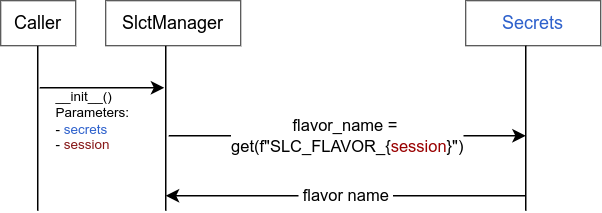
The draw.io diagram doc/user_guide/slct-manager-parameters.drawio.png in exasol/notebook-connector, before a commit. Source tidied: cells renumbered, new cells last; positions are measured from the earlier drawing's top-left corner, leaving out a move shared by most shapes. Source of this version:
```xml
<mxGraphModel>
  <root>
    <mxCell id="0" />
    <mxCell id="1" parent="0" />
    <mxCell id="2" value="__init__()&lt;br&gt;Parameters:&lt;div&gt;- &lt;font style=&quot;color: rgb(46, 97, 204);&quot;&gt;secrets&lt;/font&gt;&amp;nbsp;&lt;/div&gt;&lt;div&gt;- &lt;font style=&quot;color: rgb(134, 23, 23);&quot;&gt;session&lt;/font&gt;&lt;/div&gt;" style="text;html=1;align=left;verticalAlign=middle;whiteSpace=wrap;rounded=0;spacing=-1;fontStyle=0;fontColor=#000000;fontFamily=Helvetica;fontSize=9;spacingRight=0;fillColor=none;spacingLeft=0;" parent="1" vertex="1">
      <mxGeometry x="38" y="70" width="60" height="20" as="geometry" />
    </mxCell>
    <mxCell id="3" style="endArrow=none;html=1;rounded=0;" parent="1" edge="1">
      <mxGeometry relative="1" as="geometry">
        <mxPoint x="24.7" y="140" as="sourcePoint" />
        <mxPoint x="24.7" y="30" as="targetPoint" />
      </mxGeometry>
    </mxCell>
    <mxCell id="4" value="Caller" style="rounded=0;whiteSpace=wrap;html=1;strokeWidth=0.5;" parent="1" vertex="1">
      <mxGeometry width="50" height="30" as="geometry" />
    </mxCell>
    <mxCell id="5" style="endArrow=none;html=1;rounded=0;" parent="1" edge="1">
      <mxGeometry relative="1" as="geometry">
        <mxPoint x="110" y="140" as="sourcePoint" />
        <mxPoint x="110" y="30" as="targetPoint" />
      </mxGeometry>
    </mxCell>
    <mxCell id="6" value="SlctManager" style="rounded=0;whiteSpace=wrap;html=1;strokeWidth=0.5;fontFamily=Helvetica;" parent="1" vertex="1">
      <mxGeometry x="70" width="90" height="30" as="geometry" />
    </mxCell>
    <mxCell id="7" value="&lt;font style=&quot;color: rgb(46, 97, 204);&quot;&gt;Secrets&lt;/font&gt;" style="rounded=0;whiteSpace=wrap;html=1;strokeWidth=0.5;fontFamily=Helvetica;fillColor=default;strokeColor=default;fontColor=default;align=center;verticalAlign=middle;fontSize=12;" parent="1" vertex="1">
      <mxGeometry x="310" width="90" height="30" as="geometry" />
    </mxCell>
    <mxCell id="8" style="endArrow=none;html=1;rounded=0;" parent="1" edge="1">
      <mxGeometry relative="1" as="geometry">
        <mxPoint x="350" y="140" as="sourcePoint" />
        <mxPoint x="350" y="30" as="targetPoint" />
      </mxGeometry>
    </mxCell>
    <mxCell id="9" style="endArrow=classic;html=1;rounded=0;" parent="1" edge="1">
      <mxGeometry relative="1" as="geometry">
        <mxPoint x="26" y="58" as="sourcePoint" />
        <mxPoint x="109" y="58" as="targetPoint" />
      </mxGeometry>
    </mxCell>
    <mxCell id="10" value="flavor_name =&amp;nbsp;&lt;br&gt;get(f&quot;SLC_FLAVOR_{&lt;font style=&quot;color: rgb(153, 0, 0);&quot;&gt;session&lt;/font&gt;&lt;font style=&quot;color: rgb(0, 0, 0);&quot;&gt;}&quot;&lt;/font&gt;)" style="endArrow=classic;html=1;rounded=0;" parent="1" edge="1">
      <mxGeometry relative="1" as="geometry">
        <mxPoint x="112" y="90" as="sourcePoint" />
        <mxPoint x="350" y="90" as="targetPoint" />
      </mxGeometry>
    </mxCell>
    <mxCell id="11" value="&amp;nbsp;flavor name&amp;nbsp;" style="endArrow=classic;html=1;rounded=0;" parent="1" edge="1">
      <mxGeometry relative="1" as="geometry">
        <mxPoint x="350" y="130" as="sourcePoint" />
        <mxPoint x="110" y="130" as="targetPoint" />
      </mxGeometry>
    </mxCell>
  </root>
</mxGraphModel>
```
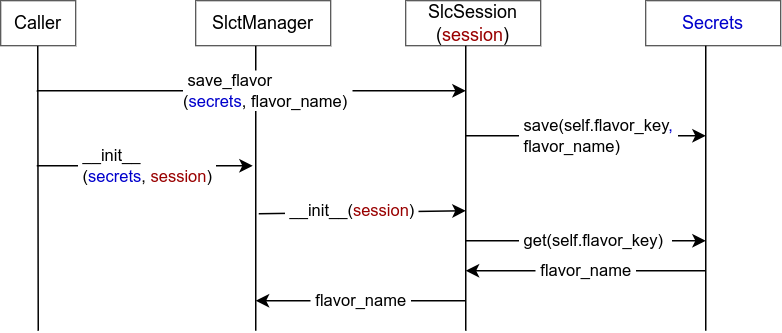
After the commit.

Commit message:
Updated sequence chart

Diff of the diagram source:
```diff
@@ -2,53 +2,83 @@
   <root>
     <mxCell id="0" />
     <mxCell id="1" parent="0" />
-    <mxCell id="2" value="__init__()&lt;br&gt;Parameters:&lt;div&gt;- &lt;font style=&quot;color: rgb(46, 97, 204);&quot;&gt;secrets&lt;/font&gt;&amp;nbsp;&lt;/div&gt;&lt;div&gt;- &lt;font style=&quot;color: rgb(134, 23, 23);&quot;&gt;session&lt;/font&gt;&lt;/div&gt;" style="text;html=1;align=left;verticalAlign=middle;whiteSpace=wrap;rounded=0;spacing=-1;fontStyle=0;fontColor=#000000;fontFamily=Helvetica;fontSize=9;spacingRight=0;fillColor=none;spacingLeft=0;" parent="1" vertex="1">
-      <mxGeometry x="38" y="70" width="60" height="20" as="geometry" />
-    </mxCell>
     <mxCell id="3" style="endArrow=none;html=1;rounded=0;" parent="1" edge="1">
       <mxGeometry relative="1" as="geometry">
-        <mxPoint x="24.7" y="140" as="sourcePoint" />
-        <mxPoint x="24.7" y="30" as="targetPoint" />
+        <mxPoint x="145" y="290" as="sourcePoint" />
+        <mxPoint x="144.7" y="100" as="targetPoint" />
       </mxGeometry>
     </mxCell>
     <mxCell id="4" value="Caller" style="rounded=0;whiteSpace=wrap;html=1;strokeWidth=0.5;" parent="1" vertex="1">
-      <mxGeometry width="50" height="30" as="geometry" />
+      <mxGeometry x="120" y="70" width="50" height="30" as="geometry" />
     </mxCell>
     <mxCell id="5" style="endArrow=none;html=1;rounded=0;" parent="1" edge="1">
       <mxGeometry relative="1" as="geometry">
-        <mxPoint x="110" y="140" as="sourcePoint" />
-        <mxPoint x="110" y="30" as="targetPoint" />
+        <mxPoint x="290" y="290" as="sourcePoint" />
+        <mxPoint x="290" y="100" as="targetPoint" />
       </mxGeometry>
     </mxCell>
     <mxCell id="6" value="SlctManager" style="rounded=0;whiteSpace=wrap;html=1;strokeWidth=0.5;fontFamily=Helvetica;" parent="1" vertex="1">
-      <mxGeometry x="70" width="90" height="30" as="geometry" />
+      <mxGeometry x="250" y="70" width="90" height="30" as="geometry" />
     </mxCell>
-    <mxCell id="7" value="&lt;font style=&quot;color: rgb(46, 97, 204);&quot;&gt;Secrets&lt;/font&gt;" style="rounded=0;whiteSpace=wrap;html=1;strokeWidth=0.5;fontFamily=Helvetica;fillColor=default;strokeColor=default;fontColor=default;align=center;verticalAlign=middle;fontSize=12;" parent="1" vertex="1">
-      <mxGeometry x="310" width="90" height="30" as="geometry" />
+    <mxCell id="7" value="&lt;font style=&quot;color: rgb(0, 0, 204);&quot;&gt;Secrets&lt;/font&gt;" style="rounded=0;whiteSpace=wrap;html=1;strokeWidth=0.5;fontFamily=Helvetica;fillColor=default;strokeColor=default;fontColor=default;align=center;verticalAlign=middle;fontSize=12;" parent="1" vertex="1">
+      <mxGeometry x="550" y="70" width="90" height="30" as="geometry" />
     </mxCell>
     <mxCell id="8" style="endArrow=none;html=1;rounded=0;" parent="1" edge="1">
       <mxGeometry relative="1" as="geometry">
-        <mxPoint x="350" y="140" as="sourcePoint" />
-        <mxPoint x="350" y="30" as="targetPoint" />
+        <mxPoint x="590" y="290" as="sourcePoint" />
+        <mxPoint x="590" y="100" as="targetPoint" />
       </mxGeometry>
     </mxCell>
-    <mxCell id="9" style="endArrow=classic;html=1;rounded=0;" parent="1" edge="1">
-      <mxGeometry relative="1" as="geometry">
-        <mxPoint x="26" y="58" as="sourcePoint" />
-        <mxPoint x="109" y="58" as="targetPoint" />
+    <mxCell id="9" value="&lt;span style=&quot;&quot;&gt;&amp;nbsp;__init__&lt;br&gt;&amp;nbsp;(&lt;font style=&quot;color: rgb(0, 0, 204);&quot;&gt;secrets&lt;/font&gt;,&amp;nbsp;&lt;/span&gt;&lt;font style=&quot;color: rgb(153, 0, 0);&quot;&gt;session&lt;/font&gt;&lt;span style=&quot;&quot;&gt;)&amp;nbsp;&lt;/span&gt;" style="endArrow=classic;html=1;rounded=0;align=left;" parent="1" edge="1">
+      <mxGeometry x="-0.64" relative="1" as="geometry">
+        <mxPoint x="144" y="180" as="sourcePoint" />
+        <mxPoint x="288" y="180" as="targetPoint" />
       </mxGeometry>
     </mxCell>
-    <mxCell id="10" value="flavor_name =&amp;nbsp;&lt;br&gt;get(f&quot;SLC_FLAVOR_{&lt;font style=&quot;color: rgb(153, 0, 0);&quot;&gt;session&lt;/font&gt;&lt;font style=&quot;color: rgb(0, 0, 0);&quot;&gt;}&quot;&lt;/font&gt;)" style="endArrow=classic;html=1;rounded=0;" parent="1" edge="1">
-      <mxGeometry relative="1" as="geometry">
-        <mxPoint x="112" y="90" as="sourcePoint" />
-        <mxPoint x="350" y="90" as="targetPoint" />
+    <mxCell id="10" value="&amp;nbsp;__init__(&lt;font style=&quot;color: rgb(153, 0, 0);&quot;&gt;session&lt;/font&gt;)&amp;nbsp;" style="endArrow=classic;html=1;rounded=0;align=left;" parent="1" edge="1">
+      <mxGeometry x="-0.76" y="2" relative="1" as="geometry">
+        <mxPoint x="292" y="212" as="sourcePoint" />
+        <mxPoint x="430" y="210" as="targetPoint" />
       </mxGeometry>
     </mxCell>
-    <mxCell id="11" value="&amp;nbsp;flavor name&amp;nbsp;" style="endArrow=classic;html=1;rounded=0;" parent="1" edge="1">
+    <mxCell id="11" value="&amp;nbsp;flavor_name&amp;nbsp;" style="endArrow=classic;html=1;rounded=0;" parent="1" edge="1">
       <mxGeometry relative="1" as="geometry">
-        <mxPoint x="350" y="130" as="sourcePoint" />
-        <mxPoint x="110" y="130" as="targetPoint" />
+        <mxPoint x="430" y="270" as="sourcePoint" />
+        <mxPoint x="290" y="270" as="targetPoint" />
       </mxGeometry>
     </mxCell>
+    <mxCell id="12" value="&amp;nbsp;save_flavor&lt;br&gt;(&lt;font style=&quot;color: rgb(0, 0, 204);&quot;&gt;secrets&lt;/font&gt;, flavor_name)&amp;nbsp;" style="endArrow=classic;html=1;rounded=0;align=left;" parent="1" edge="1">
+      <mxGeometry x="-0.33" relative="1" as="geometry">
+        <mxPoint x="144" y="130" as="sourcePoint" />
+        <mxPoint x="430" y="130" as="targetPoint" />
+      </mxGeometry>
+    </mxCell>
+    <mxCell id="13" value="SlcSession&lt;br&gt;(&lt;font style=&quot;color: rgb(153, 0, 0);&quot;&gt;session&lt;/font&gt;)" style="rounded=0;whiteSpace=wrap;html=1;strokeWidth=0.5;fontFamily=Helvetica;" parent="1" vertex="1">
+      <mxGeometry x="390" y="70" width="90" height="30" as="geometry" />
+    </mxCell>
+    <mxCell id="14" style="endArrow=none;html=1;rounded=0;" parent="1" edge="1">
+      <mxGeometry relative="1" as="geometry">
+        <mxPoint x="430" y="290" as="sourcePoint" />
+        <mxPoint x="430" y="100" as="targetPoint" />
+      </mxGeometry>
+    </mxCell>
+    <mxCell id="15" value="&amp;nbsp;save(self.flavor_key&lt;font color=&quot;#0000cc&quot;&gt;,&amp;nbsp;&lt;br&gt;&lt;/font&gt;&amp;nbsp;flavor_name)&amp;nbsp;" style="endArrow=classic;html=1;rounded=0;align=left;" parent="1" edge="1">
+      <mxGeometry x="-0.58" relative="1" as="geometry">
+        <mxPoint x="430" y="160" as="sourcePoint" />
+        <mxPoint x="590" y="160" as="targetPoint" />
+      </mxGeometry>
+    </mxCell>
+    <mxCell id="16" value="&amp;nbsp;get(self.flavor_key)&amp;nbsp;&amp;nbsp;" style="endArrow=classic;html=1;rounded=0;align=left;" parent="1" edge="1">
+      <mxGeometry x="-0.58" relative="1" as="geometry">
+        <mxPoint x="430" y="230" as="sourcePoint" />
+        <mxPoint x="590" y="230" as="targetPoint" />
+      </mxGeometry>
+    </mxCell>
+    <mxCell id="17" value="&amp;nbsp;flavor_name&amp;nbsp;" style="endArrow=classic;html=1;rounded=0;" parent="1" edge="1">
+      <mxGeometry relative="1" as="geometry">
+        <mxPoint x="590" y="250" as="sourcePoint" />
+        <mxPoint x="430" y="250" as="targetPoint" />
+      </mxGeometry>
+    </mxCell>
   </root>
 </mxGraphModel>
```
